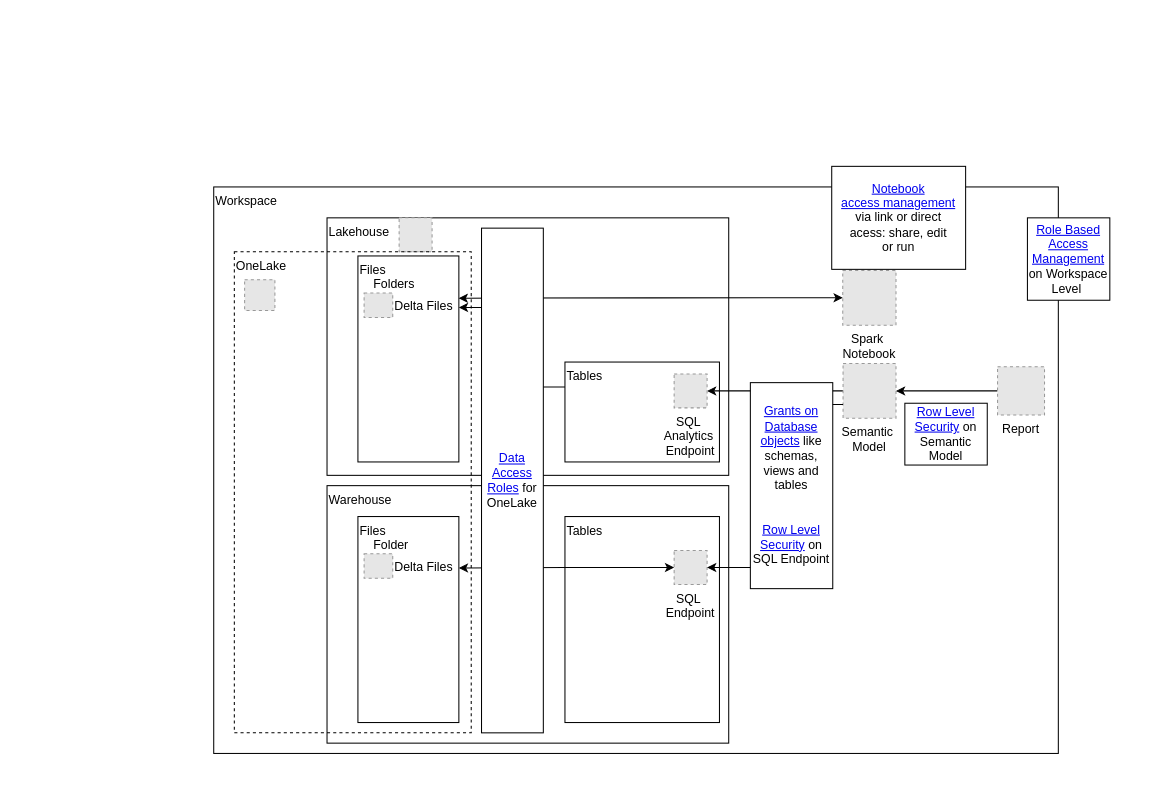
Earlier version of the draw.io diagram page "Access Management" (6 of 8) of Fabric.drawio (jugi92/useful_architectures). Source tidied: cells renumbered, new cells numbered last; positions are measured from the earlier drawing's top-left corner, leaving out a move shared by most shapes. Both pictures are drawn from the tidied source at 103%, with x=0, y=0 at pixel (213, 166). Pictures stored in the file or linked from it are replaced by grey dashed boxes.
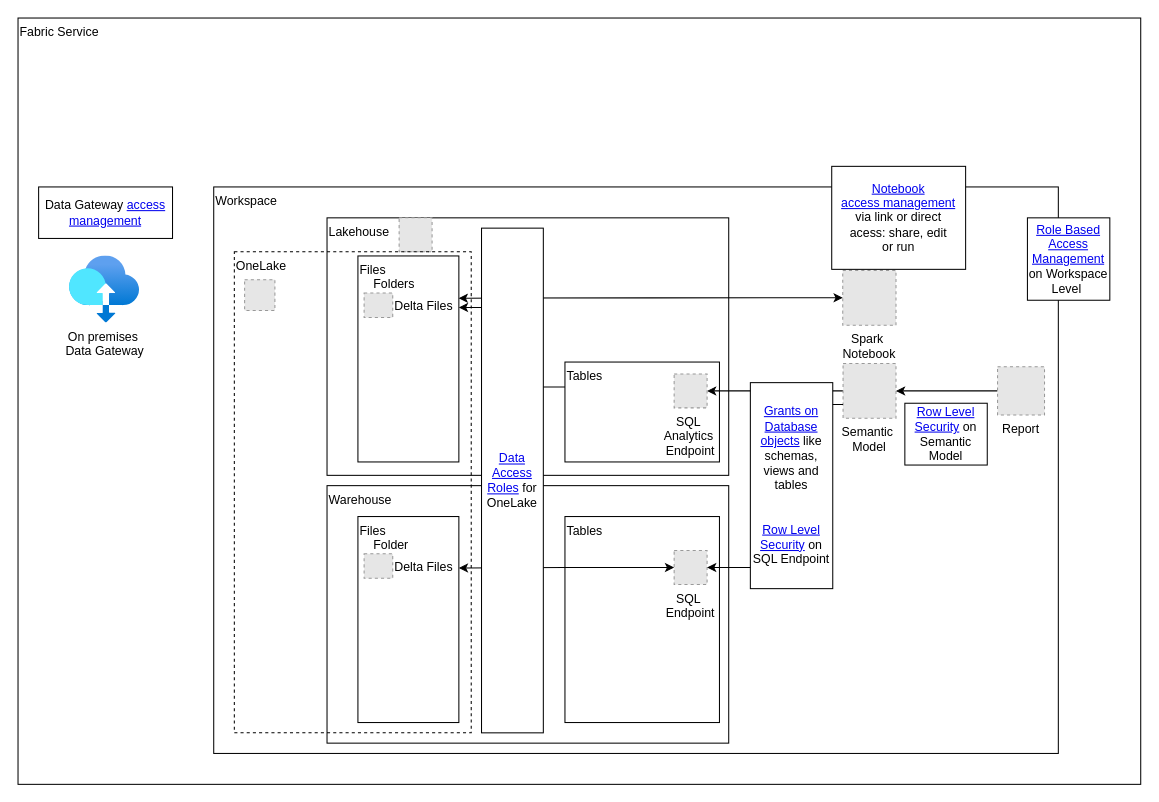
After the change.

Diff of the diagram source:
```diff
@@
+    <mxCell id="32" value="Fabric Service" style="rounded=0;whiteSpace=wrap;html=1;align=left;verticalAlign=top;" parent="1" vertex="1">
+      <mxGeometry x="-190" y="-144" width="1090" height="744" as="geometry" />
+    </mxCell>
@@
+    <mxCell id="33" value="On premises&amp;nbsp;&lt;div&gt;Data Gateway&lt;/div&gt;" style="image;html=1;align=center;fontSize=12;image=img/lib/azure2/networking/On_Premises_Data_Gateways.svg;" parent="1" vertex="1">
+      <mxGeometry x="-140" y="87" width="68" height="65.2" as="geometry" />
+    </mxCell>
@@
+    <mxCell id="34" value="Data Gateway &lt;a href=&quot;https://learn.microsoft.com/en-gb/data-integration/gateway/manage-security-roles&quot;&gt;access management&lt;/a&gt;" style="rounded=0;whiteSpace=wrap;html=1;" parent="29" vertex="1">
+      <mxGeometry x="-170" y="20" width="130" height="50" as="geometry" />
+    </mxCell>
```
